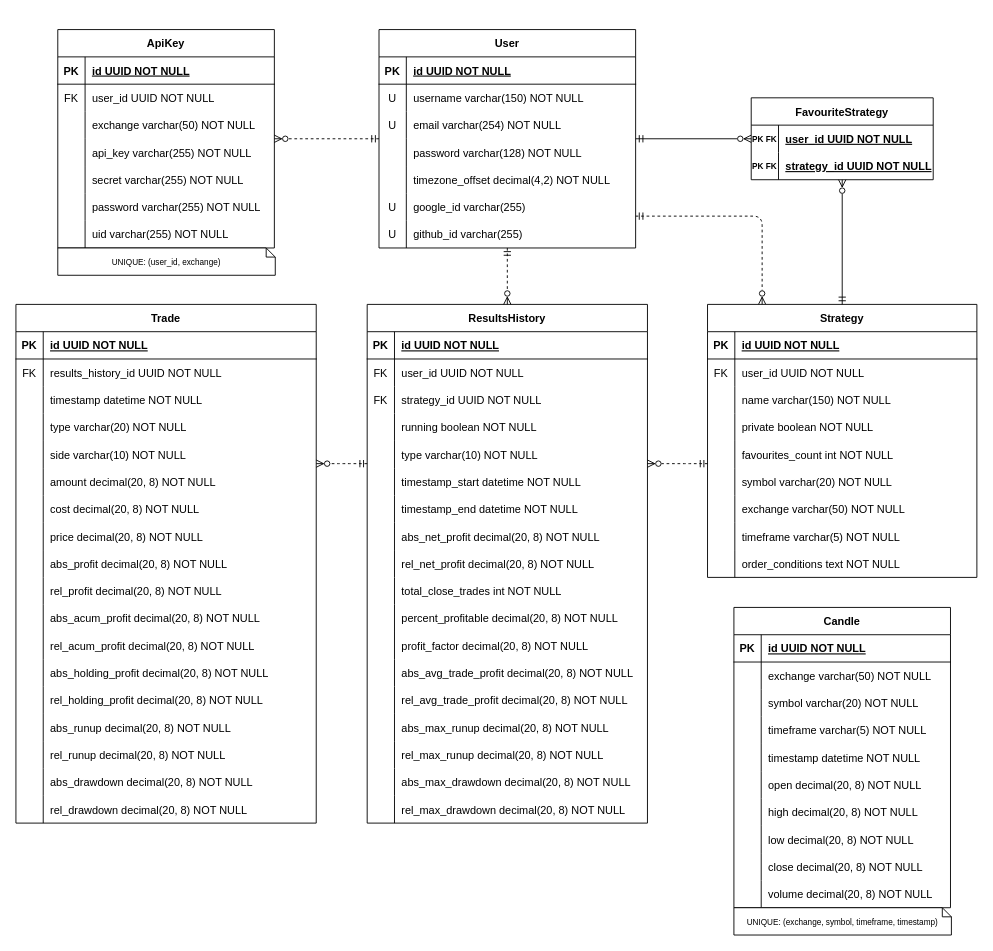
This is docs/ERD.drawio from pgr866/Stratify, a draw.io file, before an edit. Source tidied: cells renumbered, new cells numbered last; positions are measured from the earlier drawing's top-left corner, leaving out a move shared by most shapes. Both pictures are drawn from the tidied source at 91%, with x=0, y=0 at pixel (15, 29).
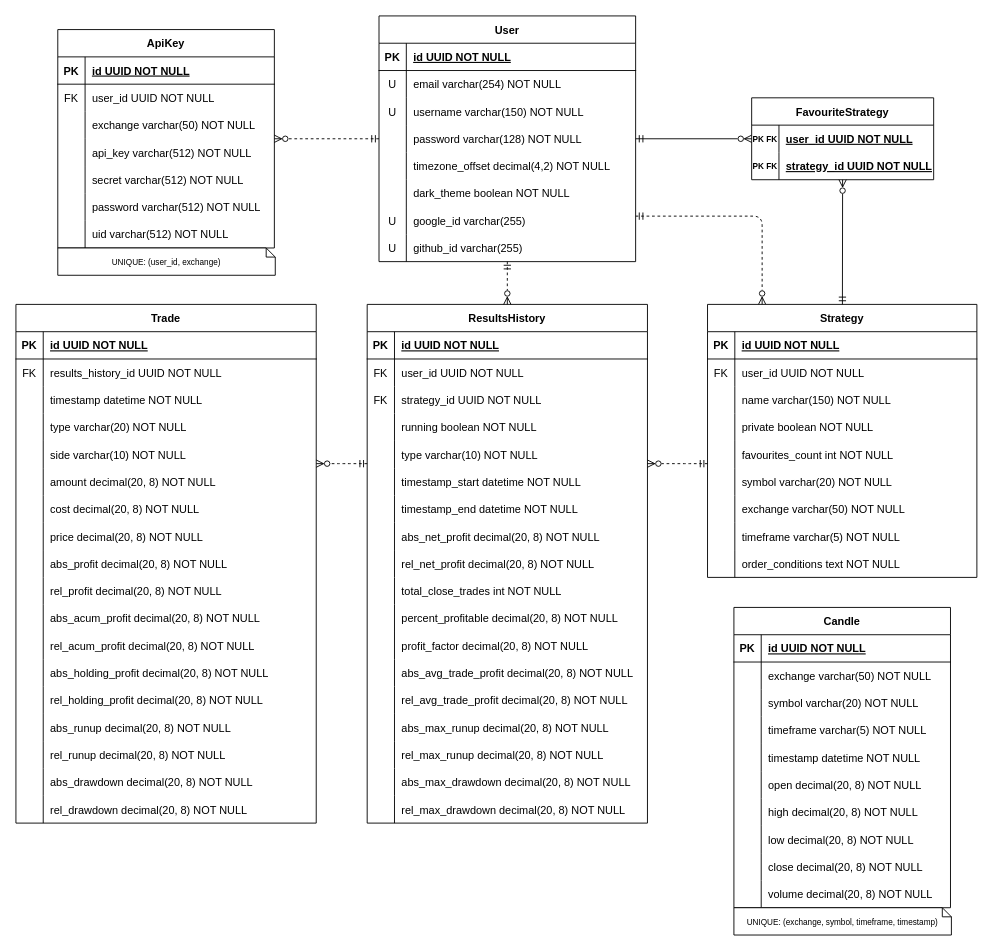
The same page after the edit.

Unchanged cells that the change refers to:
```xml
<mxCell id="63" style="shape=partialRectangle;fillColor=none;top=0;left=0;right=0;bottom=0;" parent="53" vertex="1">
  <mxGeometry y="120" width="238" height="30" as="geometry" />
</mxCell>
<mxCell id="66" style="shape=partialRectangle;fillColor=none;top=0;left=0;right=0;bottom=0;" parent="53" vertex="1">
  <mxGeometry y="150" width="238" height="30" as="geometry" />
</mxCell>
<mxCell id="69" style="shape=partialRectangle;fillColor=none;top=0;left=0;right=0;bottom=0;" parent="53" vertex="1">
  <mxGeometry y="180" width="238" height="30" as="geometry" />
</mxCell>
<mxCell id="72" style="shape=partialRectangle;fillColor=none;top=0;left=0;right=0;bottom=0;" parent="53" vertex="1">
  <mxGeometry y="210" width="238" height="30" as="geometry" />
</mxCell>
```

Diff of the diagram source:
```diff
@@
     <mxCell id="31" value="User" style="shape=table;startSize=30;childLayout=tableLayout;rowLines=0;fontStyle=1;align=center;" parent="1" vertex="1">
-      <mxGeometry x="399" width="282" height="240" as="geometry" />
+      <mxGeometry x="399" y="-15" width="282" height="270" as="geometry" />
     </mxCell>
@@
+    <mxCell id="38" style="shape=partialRectangle;fillColor=none;top=0;left=0;right=0;bottom=0;" parent="31" vertex="1">
+      <mxGeometry y="60" width="282" height="30" as="geometry" />
+    </mxCell>
+    <mxCell id="39" value="U" style="shape=partialRectangle;overflow=hidden;fillColor=none;top=0;left=0;bottom=0;right=0;" parent="38" vertex="1">
+      <mxGeometry width="30" height="30" as="geometry" />
+    </mxCell>
+    <mxCell id="40" value="email varchar(254) NOT NULL" style="shape=partialRectangle;overflow=hidden;fillColor=none;top=0;left=0;bottom=0;right=0;align=left;spacingLeft=6;" parent="38" vertex="1">
+      <mxGeometry x="30" width="252" height="30" as="geometry" />
+    </mxCell>
     <mxCell id="35" style="shape=partialRectangle;fillColor=none;top=0;left=0;right=0;bottom=0;" parent="31" vertex="1">
-      <mxGeometry y="60" width="282" height="30" as="geometry" />
+      <mxGeometry y="90" width="282" height="30" as="geometry" />
     </mxCell>
@@
-    <mxCell id="38" style="shape=partialRectangle;fillColor=none;top=0;left=0;right=0;bottom=0;" parent="31" vertex="1">
-      <mxGeometry y="90" width="282" height="30" as="geometry" />
-    </mxCell>
-    <mxCell id="39" value="U" style="shape=partialRectangle;overflow=hidden;fillColor=none;top=0;left=0;bottom=0;right=0;" parent="38" vertex="1">
-      <mxGeometry width="30" height="30" as="geometry" />
-    </mxCell>
-    <mxCell id="40" value="email varchar(254) NOT NULL" style="shape=partialRectangle;overflow=hidden;fillColor=none;top=0;left=0;bottom=0;right=0;align=left;spacingLeft=6;" parent="38" vertex="1">
-      <mxGeometry x="30" width="252" height="30" as="geometry" />
-    </mxCell>
@@
+    <mxCell id="231" style="shape=partialRectangle;fillColor=none;top=0;left=0;right=0;bottom=0;" parent="31" vertex="1">
+      <mxGeometry y="180" width="282" height="30" as="geometry" />
+    </mxCell>
+    <mxCell id="232" style="shape=partialRectangle;overflow=hidden;fillColor=none;top=0;left=0;bottom=0;right=0;" parent="231" vertex="1">
+      <mxGeometry width="30" height="30" as="geometry" />
+    </mxCell>
+    <mxCell id="233" value="dark_theme boolean NOT NULL" style="shape=partialRectangle;overflow=hidden;fillColor=none;top=0;left=0;bottom=0;right=0;align=left;spacingLeft=6;" parent="231" vertex="1">
+      <mxGeometry x="30" width="252" height="30" as="geometry" />
+    </mxCell>
     <mxCell id="47" style="shape=partialRectangle;fillColor=none;top=0;left=0;right=0;bottom=0;" parent="31" vertex="1">
-      <mxGeometry y="180" width="282" height="30" as="geometry" />
+      <mxGeometry y="210" width="282" height="30" as="geometry" />
     </mxCell>
@@
     <mxCell id="50" style="shape=partialRectangle;fillColor=none;top=0;left=0;right=0;bottom=0;" parent="31" vertex="1">
-      <mxGeometry y="210" width="282" height="30" as="geometry" />
+      <mxGeometry y="240" width="282" height="30" as="geometry" />
     </mxCell>
@@
-    <mxCell id="65" value="api_key varchar(255) NOT NULL" style="shape=partialRectangle;overflow=hidden;fillColor=none;top=0;left=0;bottom=0;right=0;align=left;spacingLeft=6;" parent="63" vertex="1">
+    <mxCell id="65" value="api_key varchar(512) NOT NULL" style="shape=partialRectangle;overflow=hidden;fillColor=none;top=0;left=0;bottom=0;right=0;align=left;spacingLeft=6;" parent="63" vertex="1">
       <mxGeometry x="30" width="208" height="30" as="geometry" />
     </mxCell>
@@
-    <mxCell id="68" value="secret varchar(255) NOT NULL" style="shape=partialRectangle;overflow=hidden;fillColor=none;top=0;left=0;bottom=0;right=0;align=left;spacingLeft=6;" parent="66" vertex="1">
+    <mxCell id="68" value="secret varchar(512) NOT NULL" style="shape=partialRectangle;overflow=hidden;fillColor=none;top=0;left=0;bottom=0;right=0;align=left;spacingLeft=6;" parent="66" vertex="1">
       <mxGeometry x="30" width="208" height="30" as="geometry" />
     </mxCell>
@@
-    <mxCell id="71" value="password varchar(255) NOT NULL" style="shape=partialRectangle;overflow=hidden;fillColor=none;top=0;left=0;bottom=0;right=0;align=left;spacingLeft=6;" parent="69" vertex="1">
+    <mxCell id="71" value="password varchar(512) NOT NULL" style="shape=partialRectangle;overflow=hidden;fillColor=none;top=0;left=0;bottom=0;right=0;align=left;spacingLeft=6;" parent="69" vertex="1">
       <mxGeometry x="30" width="208" height="30" as="geometry" />
     </mxCell>
@@
-    <mxCell id="74" value="uid varchar(255) NOT NULL" style="shape=partialRectangle;overflow=hidden;fillColor=none;top=0;left=0;bottom=0;right=0;align=left;spacingLeft=6;" parent="72" vertex="1">
+    <mxCell id="74" value="uid varchar(512) NOT NULL" style="shape=partialRectangle;overflow=hidden;fillColor=none;top=0;left=0;bottom=0;right=0;align=left;spacingLeft=6;" parent="72" vertex="1">
       <mxGeometry x="30" width="208" height="30" as="geometry" />
     </mxCell>
@@
     <mxCell id="219" value="FavouriteStrategy" style="shape=table;startSize=30;childLayout=tableLayout;rowLines=0;fontStyle=1;align=center;" parent="1" vertex="1">
-      <mxGeometry x="808" y="75" width="200" height="90" as="geometry" />
+      <mxGeometry x="808.5" y="75" width="200" height="90" as="geometry" />
     </mxCell>
```
